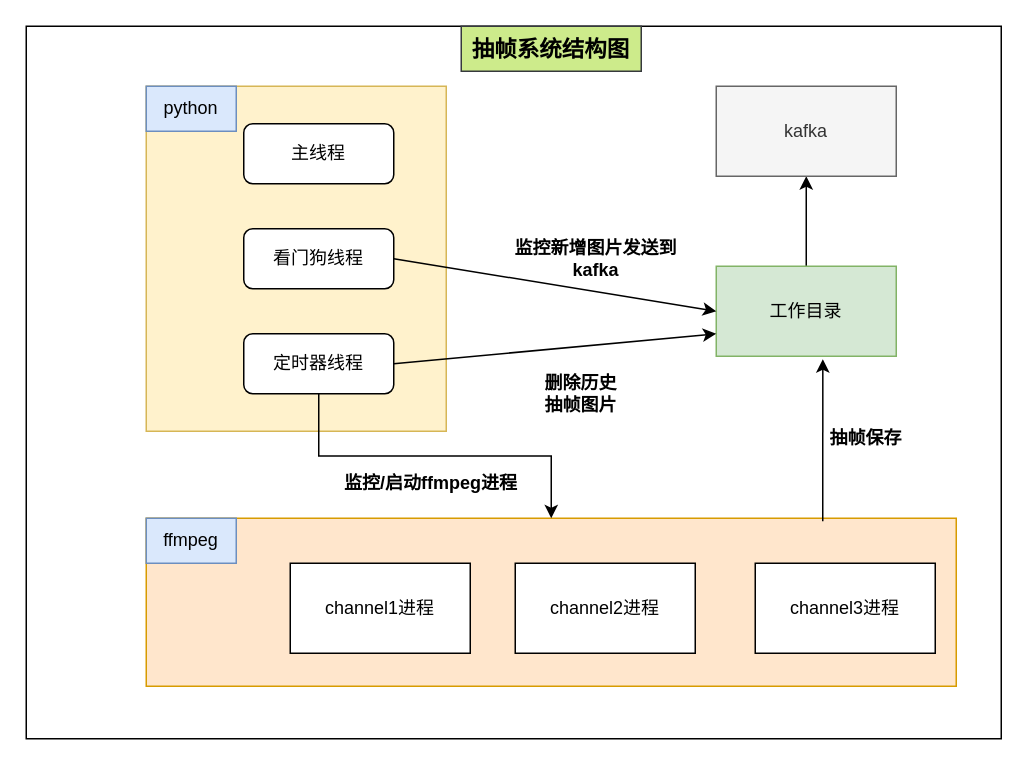
The draw.io diagram 图片抽帧改版.drawio in liz2m/draw.images, before the edit. Source tidied: cells renumbered, new cells numbered last; positions are measured from the earlier drawing's top-left corner, leaving out a move shared by most shapes. Both pictures are drawn from the tidied source at 150%, with x=0, y=0 at pixel (26, 26).
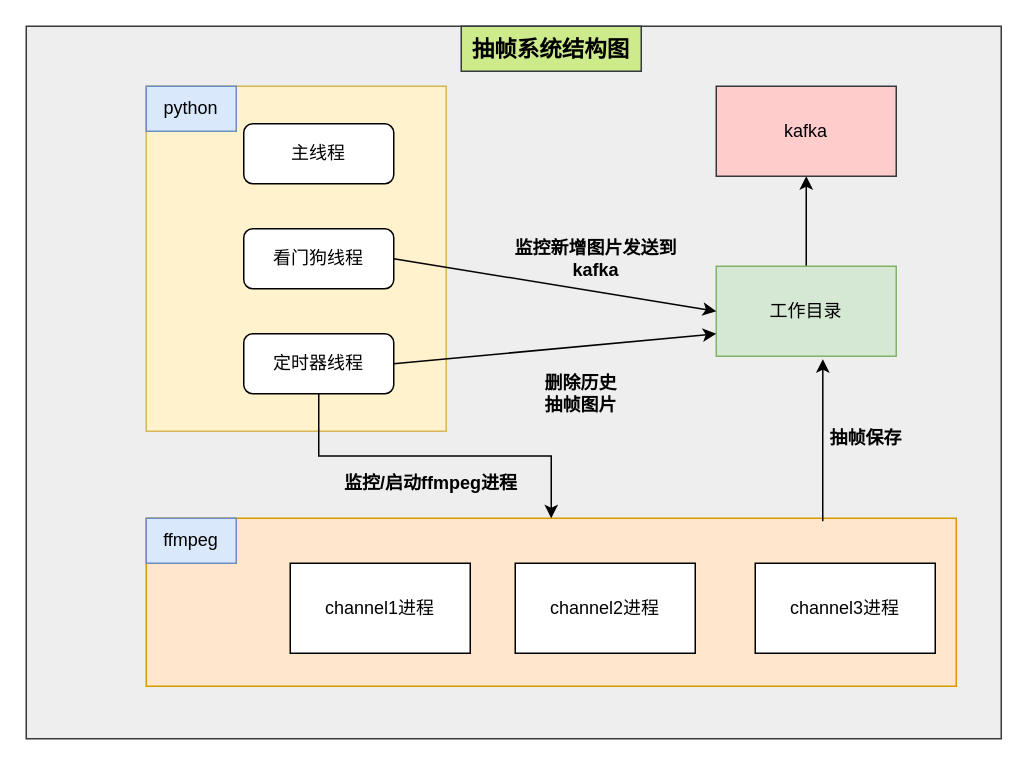
The same diagram, later.

Commit message (it also covers changes not shown here):
Update 图片抽帧改版.drawio

What changed in the source:
```diff
@@
-    <mxCell id="2" style="rounded=0;whiteSpace=wrap;html=1;" parent="1" vertex="1">
+    <mxCell id="2" style="rounded=0;whiteSpace=wrap;html=1;fillColor=#eeeeee;strokeColor=#36393d;" parent="1" vertex="1">
       <mxGeometry width="650" height="475" as="geometry" />
     </mxCell>
@@
-    <mxCell id="14" value="kafka" style="rounded=0;whiteSpace=wrap;html=1;fillColor=#f5f5f5;fontColor=#333333;strokeColor=#666666;" parent="1" vertex="1">
+    <mxCell id="14" value="kafka" style="rounded=0;whiteSpace=wrap;html=1;fillColor=#ffcccc;strokeColor=#36393d;" parent="1" vertex="1">
       <mxGeometry x="460" y="40" width="120" height="60" as="geometry" />
     </mxCell>
```
